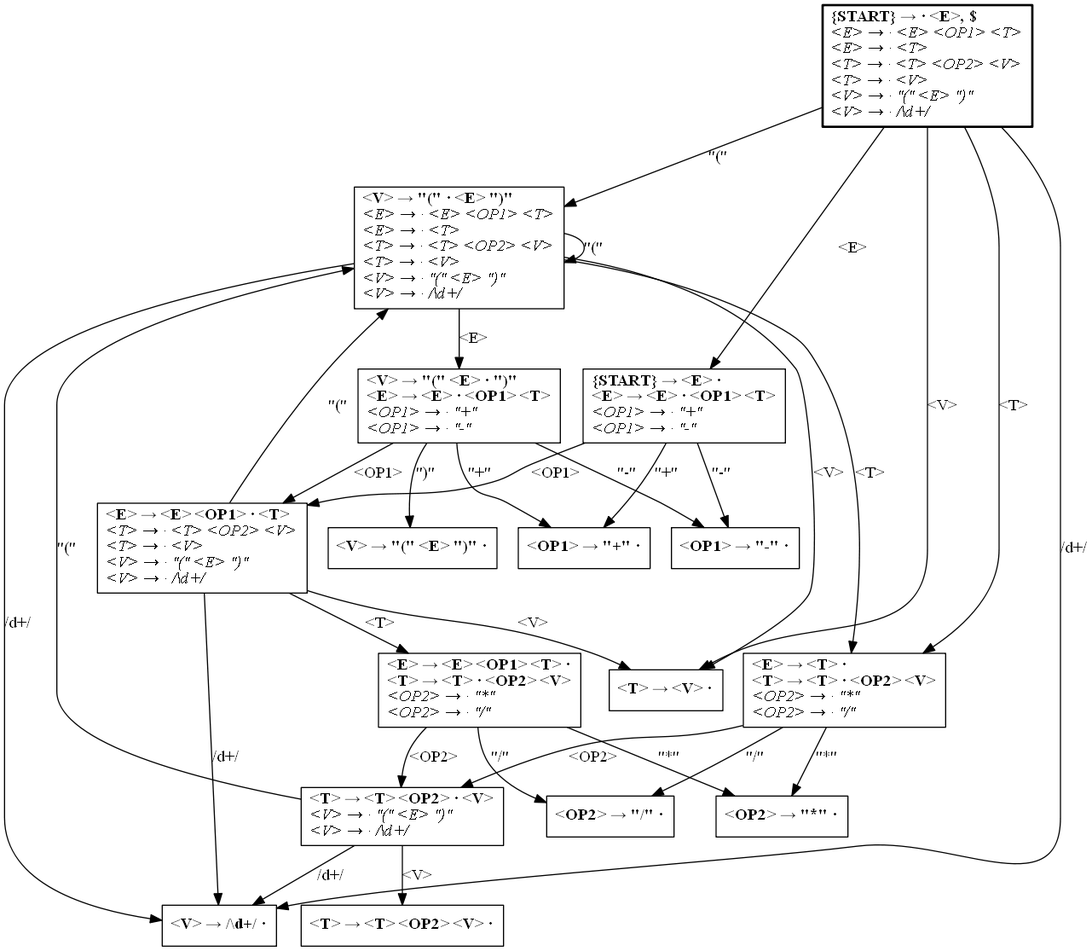
Before: lalr_collection_test.dot.png, a diagram exported from Graphviz (tokenshift/appa). Its source is kept beside it as lalr_collection_test.dot.
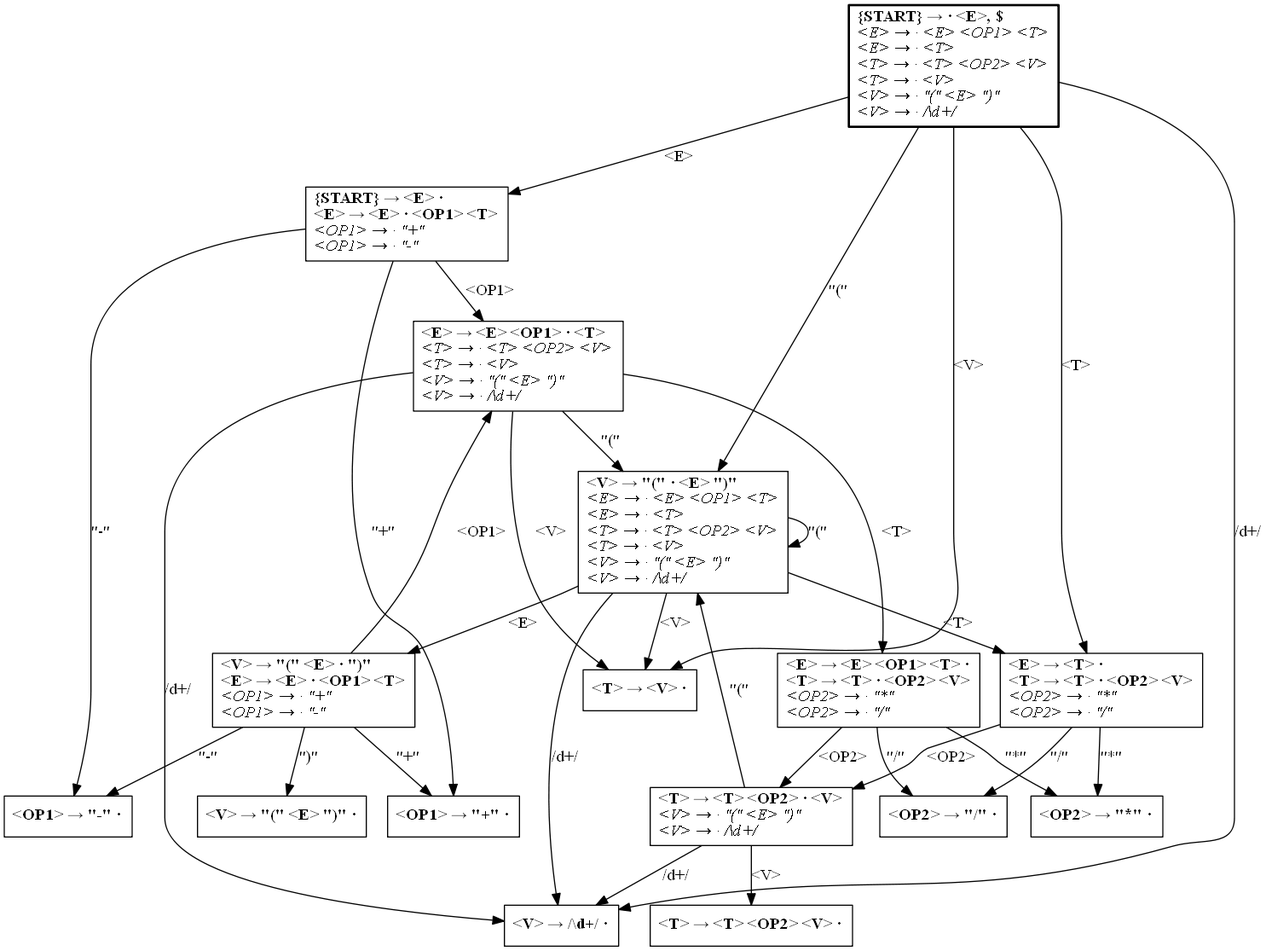
The same diagram one commit later.

Change to the diagram source:
```diff
@@ -1,8 +1,9 @@
 digraph LALR_Collection {
 	node[shape=box];
 
-	1 [label=<<b>
-	&amp;lt;V&amp;gt; → "(" · &amp;lt;E&amp;gt; ")"<br align="left" />
+	1 [penwidth=2
+	label=<<b>
+	{START} → · &amp;lt;E&amp;gt;, $<br align="left" />
 	</b><i>
 	&amp;lt;E&amp;gt; → · &amp;lt;E&amp;gt; &amp;lt;OP1&amp;gt; &amp;lt;T&amp;gt;<br align="left" />
 	&amp;lt;E&amp;gt; → · &amp;lt;T&amp;gt;<br align="left" />
@@ -15,25 +16,22 @@
 	1 -> 2 [label="<E>"];
 	1 -> 3 [label="<T>"];
 	1 -> 4 [label="<V>"];
-	1 -> 1 [label="\"(\""];
-	1 -> 5 [label="/\d+/"];
+	1 -> 5 [label="\"(\""];
+	1 -> 6 [label="/\d+/"];
 
-	6 [label=<<b>
-	&amp;lt;OP1&amp;gt; → "+" ·<br align="left" />
+	4 [label=<<b>
+	&amp;lt;T&amp;gt; → &amp;lt;V&amp;gt; ·<br align="left" />
 	</b>>];
 
 	7 [label=<<b>
-	&amp;lt;T&amp;gt; → &amp;lt;T&amp;gt; &amp;lt;OP2&amp;gt; · &amp;lt;V&amp;gt;<br align="left" />
-	</b><i>
-	&amp;lt;V&amp;gt; → · "(" &amp;lt;E&amp;gt; ")"<br align="left" />
-	&amp;lt;V&amp;gt; → · /\d+/<br align="left" />
-	</i>>];
+	&amp;lt;OP1&amp;gt; → "-" ·<br align="left" />
+	</b>>];
 
-	7 -> 8 [label="<V>"];
-	7 -> 1 [label="\"(\""];
-	7 -> 5 [label="/\d+/"];
+	8 [label=<<b>
+	&amp;lt;OP2&amp;gt; → "*" ·<br align="left" />
+	</b>>];
 
-	2 [label=<<b>
+	9 [label=<<b>
 	&amp;lt;V&amp;gt; → "(" &amp;lt;E&amp;gt; · ")"<br align="left" />
 	&amp;lt;E&amp;gt; → &amp;lt;E&amp;gt; · &amp;lt;OP1&amp;gt; &amp;lt;T&amp;gt;<br align="left" />
 	</b><i>
@@ -41,14 +39,79 @@
 	&amp;lt;OP1&amp;gt; → · "-"<br align="left" />
 	</i>>];
 
-	2 -> 9 [label="\")\""];
-	2 -> 10 [label="<OP1>"];
-	2 -> 6 [label="\"+\""];
-	2 -> 11 [label="\"-\""];
+	9 -> 10 [label="\")\""];
+	9 -> 11 [label="<OP1>"];
+	9 -> 12 [label="\"+\""];
+	9 -> 7 [label="\"-\""];
 
-	12 [penwidth=2
-	label=<<b>
-	{START} → · &amp;lt;E&amp;gt;, $<br align="left" />
+	10 [label=<<b>
+	&amp;lt;V&amp;gt; → "(" &amp;lt;E&amp;gt; ")" ·<br align="left" />
+	</b>>];
+
+	2 [label=<<b>
+	{START} → &amp;lt;E&amp;gt; ·<br align="left" />
+	&amp;lt;E&amp;gt; → &amp;lt;E&amp;gt; · &amp;lt;OP1&amp;gt; &amp;lt;T&amp;gt;<br align="left" />
+	</b><i>
+	&amp;lt;OP1&amp;gt; → · "+"<br align="left" />
+	&amp;lt;OP1&amp;gt; → · "-"<br align="left" />
+	</i>>];
+
+	2 -> 11 [label="<OP1>"];
+	2 -> 12 [label="\"+\""];
+	2 -> 7 [label="\"-\""];
+
+	3 [label=<<b>
+	&amp;lt;E&amp;gt; → &amp;lt;T&amp;gt; ·<br align="left" />
+	&amp;lt;T&amp;gt; → &amp;lt;T&amp;gt; · &amp;lt;OP2&amp;gt; &amp;lt;V&amp;gt;<br align="left" />
+	</b><i>
+	&amp;lt;OP2&amp;gt; → · "*"<br align="left" />
+	&amp;lt;OP2&amp;gt; → · "/"<br align="left" />
+	</i>>];
+
+	3 -> 13 [label="<OP2>"];
+	3 -> 8 [label="\"*\""];
+	3 -> 14 [label="\"/\""];
+
+	14 [label=<<b>
+	&amp;lt;OP2&amp;gt; → "/" ·<br align="left" />
+	</b>>];
+
+	15 [label=<<b>
+	&amp;lt;E&amp;gt; → &amp;lt;E&amp;gt; &amp;lt;OP1&amp;gt; &amp;lt;T&amp;gt; ·<br align="left" />
+	&amp;lt;T&amp;gt; → &amp;lt;T&amp;gt; · &amp;lt;OP2&amp;gt; &amp;lt;V&amp;gt;<br align="left" />
+	</b><i>
+	&amp;lt;OP2&amp;gt; → · "*"<br align="left" />
+	&amp;lt;OP2&amp;gt; → · "/"<br align="left" />
+	</i>>];
+
+	15 -> 13 [label="<OP2>"];
+	15 -> 8 [label="\"*\""];
+	15 -> 14 [label="\"/\""];
+
+	16 [label=<<b>
+	&amp;lt;T&amp;gt; → &amp;lt;T&amp;gt; &amp;lt;OP2&amp;gt; &amp;lt;V&amp;gt; ·<br align="left" />
+	</b>>];
+
+	6 [label=<<b>
+	&amp;lt;V&amp;gt; → /\d+/ ·<br align="left" />
+	</b>>];
+
+	11 [label=<<b>
+	&amp;lt;E&amp;gt; → &amp;lt;E&amp;gt; &amp;lt;OP1&amp;gt; · &amp;lt;T&amp;gt;<br align="left" />
+	</b><i>
+	&amp;lt;T&amp;gt; → · &amp;lt;T&amp;gt; &amp;lt;OP2&amp;gt; &amp;lt;V&amp;gt;<br align="left" />
+	&amp;lt;T&amp;gt; → · &amp;lt;V&amp;gt;<br align="left" />
+	&amp;lt;V&amp;gt; → · "(" &amp;lt;E&amp;gt; ")"<br align="left" />
+	&amp;lt;V&amp;gt; → · /\d+/<br align="left" />
+	</i>>];
+
+	11 -> 15 [label="<T>"];
+	11 -> 4 [label="<V>"];
+	11 -> 5 [label="\"(\""];
+	11 -> 6 [label="/\d+/"];
+
+	5 [label=<<b>
+	&amp;lt;V&amp;gt; → "(" · &amp;lt;E&amp;gt; ")"<br align="left" />
 	</b><i>
 	&amp;lt;E&amp;gt; → · &amp;lt;E&amp;gt; &amp;lt;OP1&amp;gt; &amp;lt;T&amp;gt;<br align="left" />
 	&amp;lt;E&amp;gt; → · &amp;lt;T&amp;gt;<br align="left" />
@@ -58,87 +121,24 @@
 	&amp;lt;V&amp;gt; → · /\d+/<br align="left" />
 	</i>>];
 
-	12 -> 13 [label="<E>"];
-	12 -> 3 [label="<T>"];
-	12 -> 4 [label="<V>"];
-	12 -> 1 [label="\"(\""];
-	12 -> 5 [label="/\d+/"];
+	5 -> 9 [label="<E>"];
+	5 -> 3 [label="<T>"];
+	5 -> 4 [label="<V>"];
+	5 -> 5 [label="\"(\""];
+	5 -> 6 [label="/\d+/"];
+
+	12 [label=<<b>
+	&amp;lt;OP1&amp;gt; → "+" ·<br align="left" />
+	</b>>];
 
 	13 [label=<<b>
-	{START} → &amp;lt;E&amp;gt; ·<br align="left" />
-	&amp;lt;E&amp;gt; → &amp;lt;E&amp;gt; · &amp;lt;OP1&amp;gt; &amp;lt;T&amp;gt;<br align="left" />
+	&amp;lt;T&amp;gt; → &amp;lt;T&amp;gt; &amp;lt;OP2&amp;gt; · &amp;lt;V&amp;gt;<br align="left" />
 	</b><i>
-	&amp;lt;OP1&amp;gt; → · "+"<br align="left" />
-	&amp;lt;OP1&amp;gt; → · "-"<br align="left" />
-	</i>>];
-
-	13 -> 10 [label="<OP1>"];
-	13 -> 6 [label="\"+\""];
-	13 -> 11 [label="\"-\""];
-
-	3 [label=<<b>
-	&amp;lt;E&amp;gt; → &amp;lt;T&amp;gt; ·<br align="left" />
-	&amp;lt;T&amp;gt; → &amp;lt;T&amp;gt; · &amp;lt;OP2&amp;gt; &amp;lt;V&amp;gt;<br align="left" />
-	</b><i>
-	&amp;lt;OP2&amp;gt; → · "*"<br align="left" />
-	&amp;lt;OP2&amp;gt; → · "/"<br align="left" />
-	</i>>];
-
-	3 -> 7 [label="<OP2>"];
-	3 -> 14 [label="\"*\""];
-	3 -> 15 [label="\"/\""];
-
-	5 [label=<<b>
-	&amp;lt;V&amp;gt; → /\d+/ ·<br align="left" />
-	</b>>];
-
-	16 [label=<<b>
-	&amp;lt;E&amp;gt; → &amp;lt;E&amp;gt; &amp;lt;OP1&amp;gt; &amp;lt;T&amp;gt; ·<br align="left" />
-	&amp;lt;T&amp;gt; → &amp;lt;T&amp;gt; · &amp;lt;OP2&amp;gt; &amp;lt;V&amp;gt;<br align="left" />
-	</b><i>
-	&amp;lt;OP2&amp;gt; → · "*"<br align="left" />
-	&amp;lt;OP2&amp;gt; → · "/"<br align="left" />
-	</i>>];
-
-	16 -> 7 [label="<OP2>"];
-	16 -> 14 [label="\"*\""];
-	16 -> 15 [label="\"/\""];
-
-	8 [label=<<b>
-	&amp;lt;T&amp;gt; → &amp;lt;T&amp;gt; &amp;lt;OP2&amp;gt; &amp;lt;V&amp;gt; ·<br align="left" />
-	</b>>];
-
-	4 [label=<<b>
-	&amp;lt;T&amp;gt; → &amp;lt;V&amp;gt; ·<br align="left" />
-	</b>>];
-
-	11 [label=<<b>
-	&amp;lt;OP1&amp;gt; → "-" ·<br align="left" />
-	</b>>];
-
-	14 [label=<<b>
-	&amp;lt;OP2&amp;gt; → "*" ·<br align="left" />
-	</b>>];
-
-	10 [label=<<b>
-	&amp;lt;E&amp;gt; → &amp;lt;E&amp;gt; &amp;lt;OP1&amp;gt; · &amp;lt;T&amp;gt;<br align="left" />
-	</b><i>
-	&amp;lt;T&amp;gt; → · &amp;lt;T&amp;gt; &amp;lt;OP2&amp;gt; &amp;lt;V&amp;gt;<br align="left" />
-	&amp;lt;T&amp;gt; → · &amp;lt;V&amp;gt;<br align="left" />
 	&amp;lt;V&amp;gt; → · "(" &amp;lt;E&amp;gt; ")"<br align="left" />
 	&amp;lt;V&amp;gt; → · /\d+/<br align="left" />
 	</i>>];
 
-	10 -> 16 [label="<T>"];
-	10 -> 4 [label="<V>"];
-	10 -> 1 [label="\"(\""];
-	10 -> 5 [label="/\d+/"];
-
-	15 [label=<<b>
-	&amp;lt;OP2&amp;gt; → "/" ·<br align="left" />
-	</b>>];
-
-	9 [label=<<b>
-	&amp;lt;V&amp;gt; → "(" &amp;lt;E&amp;gt; ")" ·<br align="left" />
-	</b>>];
+	13 -> 16 [label="<V>"];
+	13 -> 5 [label="\"(\""];
+	13 -> 6 [label="/\d+/"];
 }
```
